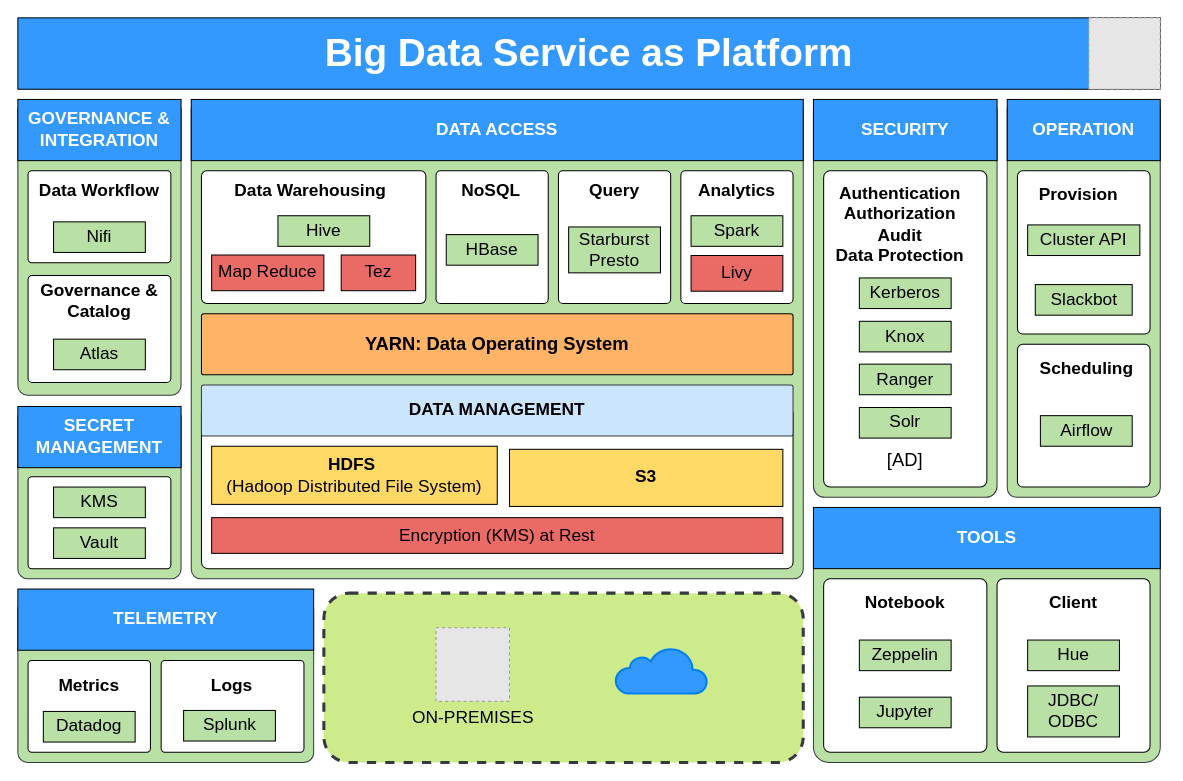
iphysresearch/drawio keeps this draw.io diagram as bigdata-architecture.drawio. Above is the earlier version. Source tidied: cells renumbered, new cells numbered last; positions are measured from the earlier drawing's top-left corner, leaving out a move shared by most shapes. Both pictures are drawn from the tidied source at 102%, with x=0, y=0 at pixel (17, 17). Pictures stored in the file or linked from it are replaced by grey dashed boxes.
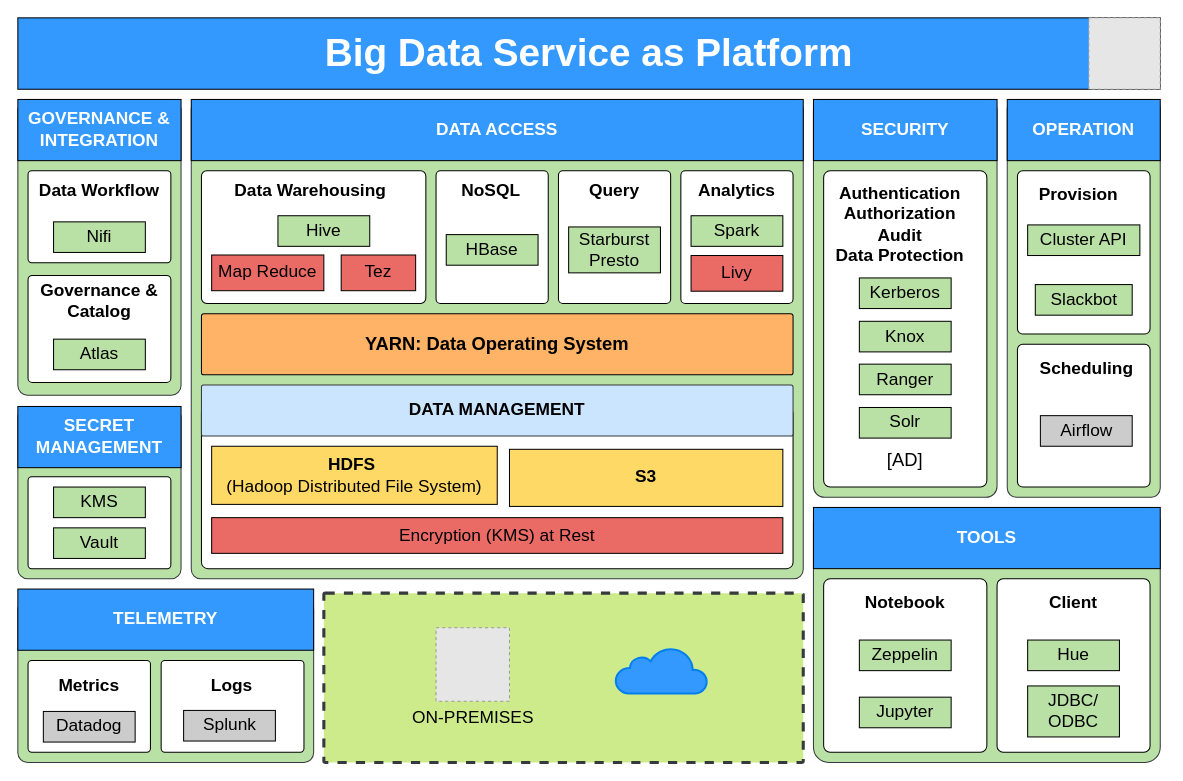
The same diagram, later.

What changed in the source:
```diff
@@
-    <mxCell id="47" value="Airflow" style="rounded=1;whiteSpace=wrap;html=1;labelBackgroundColor=none;fillColor=#B9E0A5;fontSize=17;fontColor=#000000;fontStyle=0;arcSize=0;" parent="1" vertex="1">
+    <mxCell id="47" value="Airflow" style="rounded=1;whiteSpace=wrap;html=1;labelBackgroundColor=none;fillColor=#CCCCCC;fontSize=17;fontColor=#000000;fontStyle=0;arcSize=0;" parent="1" vertex="1">
       <mxGeometry x="1002.5" y="390" width="90" height="30" as="geometry" />
     </mxCell>
-    <mxCell id="48" style="rounded=1;whiteSpace=wrap;html=1;labelBackgroundColor=none;fillColor=#cdeb8b;fontSize=17;dashed=1;strokeWidth=3;strokeColor=#36393d;" parent="1" vertex="1">
+    <mxCell id="48" style="rounded=1;whiteSpace=wrap;html=1;labelBackgroundColor=none;fillColor=#cdeb8b;fontSize=17;dashed=1;strokeWidth=3;strokeColor=#36393d;arcSize=1;" parent="1" vertex="1">
       <mxGeometry x="300" y="564" width="470" height="166" as="geometry" />
     </mxCell>
@@
-    <mxCell id="71" value="Datadog" style="rounded=1;whiteSpace=wrap;html=1;labelBackgroundColor=none;fillColor=#B9E0A5;fontSize=17;fontColor=#000000;fontStyle=0;arcSize=0;" parent="1" vertex="1">
+    <mxCell id="71" value="Datadog" style="rounded=1;whiteSpace=wrap;html=1;labelBackgroundColor=none;fillColor=#CCCCCC;fontSize=17;fontColor=#000000;fontStyle=0;arcSize=0;" parent="1" vertex="1">
       <mxGeometry x="25" y="680" width="90" height="30" as="geometry" />
     </mxCell>
-    <mxCell id="72" value="Splunk" style="rounded=1;whiteSpace=wrap;html=1;labelBackgroundColor=none;fillColor=#B9E0A5;fontSize=17;fontColor=#000000;fontStyle=0;arcSize=0;" parent="1" vertex="1">
+    <mxCell id="72" value="Splunk" style="rounded=1;whiteSpace=wrap;html=1;labelBackgroundColor=none;fillColor=#CCCCCC;fontSize=17;fontColor=#000000;fontStyle=0;arcSize=0;" parent="1" vertex="1">
       <mxGeometry x="162.5" y="679" width="90" height="30" as="geometry" />
     </mxCell>
```
